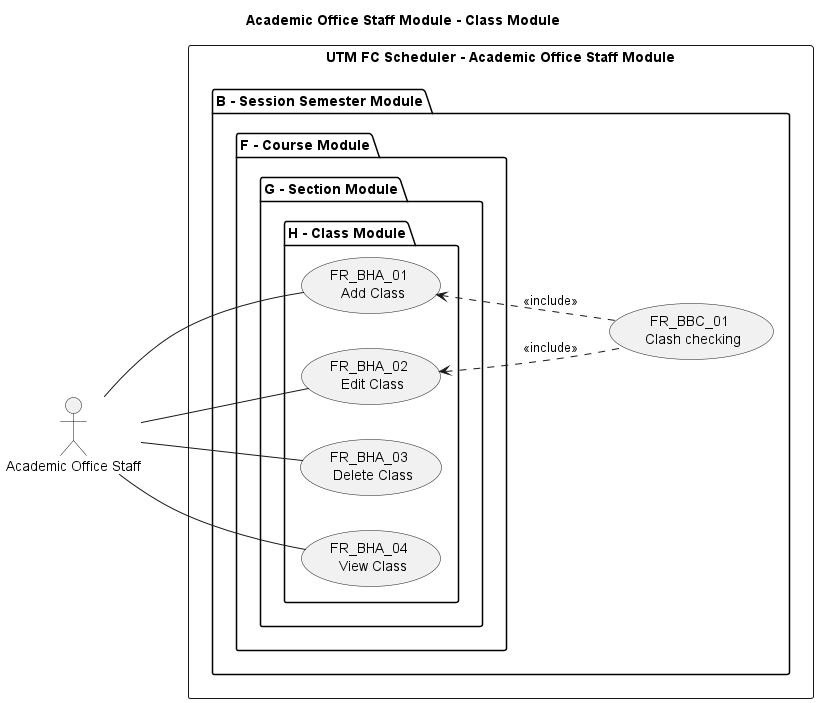
The PlantUML diagram diagrams/use-case/academic-office-staff/Class Module/Academic Office Staff Module - Class Module.png in AdmiJW/UTM-FC-Scheduler-UML, before a commit.
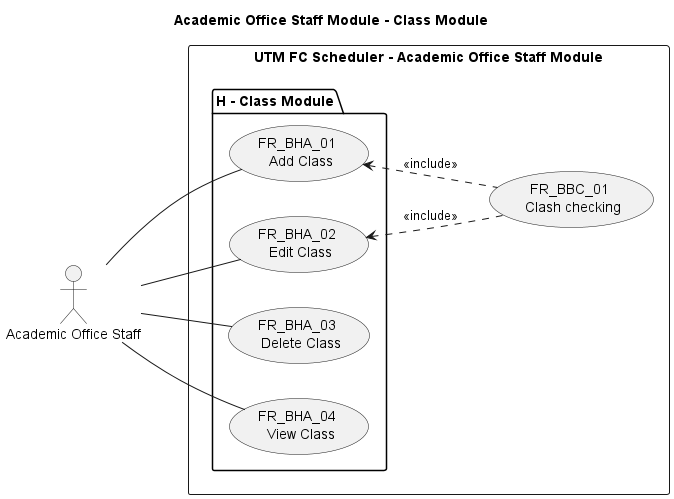
Above is the later version.

The edit, as a diff of the source:
```diff
@@ -8,20 +8,14 @@
 "Academic Office Staff" as AOS
 
 rectangle "UTM FC Scheduler - Academic Office Staff Module" {
-package "B - Session Semester Module" {
     usecase (FR_BBC_01 \n Clash checking) as FR_BBC_01
 
-    package "F - Course Module" {
-        package "G - Section Module" {
-            package "H - Class Module" {
-                usecase (FR_BHA_01 \n Add Class) as FR_BHA_01
-                usecase (FR_BHA_02 \n Edit Class) as FR_BHA_02
-                usecase (FR_BHA_03 \n Delete Class) as FR_BHA_03
-                usecase (FR_BHA_04 \n View Class) as FR_BHA_04
-            }
-        }
+    package "H - Class Module" {
+        usecase (FR_BHA_01 \n Add Class) as FR_BHA_01
+        usecase (FR_BHA_02 \n Edit Class) as FR_BHA_02
+        usecase (FR_BHA_03 \n Delete Class) as FR_BHA_03
+        usecase (FR_BHA_04 \n View Class) as FR_BHA_04
     }
-}
 }
 
 AOS -- FR_BHA_01
```
